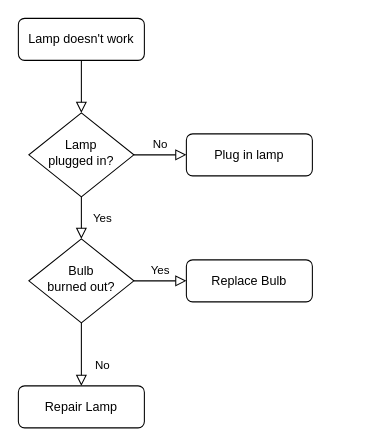
Before: Unavngivet diagram.drawio in Magnus-H24HX3/Rutediagram, a draw.io diagram. Source tidied: cells renumbered, new cells numbered last; positions are measured from the earlier drawing's top-left corner, leaving out a move shared by most shapes. Both pictures are drawn from the tidied source at 105%, with x=0, y=0 at pixel (18, 18).
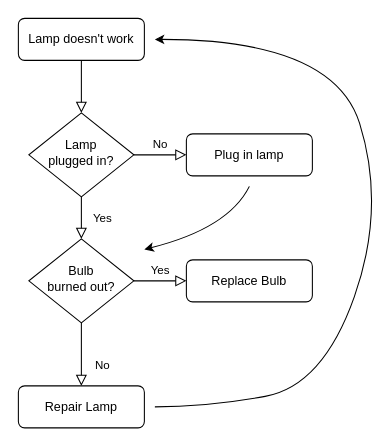
The same page after the edit.

Change to the diagram source:
```diff
@@
 <mxGraphModel>
   <root>
     <mxCell id="0" />
     <mxCell id="1" parent="0" />
     <mxCell id="2" style="rounded=0;html=1;jettySize=auto;fontSize=11;endArrow=block;endFill=0;endSize=8;strokeWidth=1;shadow=0;labelBackgroundColor=none;edgeStyle=orthogonalEdgeStyle;" parent="1" edge="1" source="3" target="6">
       <mxGeometry relative="1" as="geometry" />
     </mxCell>
     <mxCell id="3" value="Lamp doesn't work" style="rounded=1;whiteSpace=wrap;html=1;fontSize=12;glass=0;strokeWidth=1;shadow=0;" parent="1" vertex="1">
       <mxGeometry width="120" height="40" as="geometry" />
     </mxCell>
     <mxCell id="4" value="Yes" style="rounded=0;html=1;jettySize=auto;fontSize=11;endArrow=block;endFill=0;endSize=8;strokeWidth=1;shadow=0;labelBackgroundColor=none;edgeStyle=orthogonalEdgeStyle;" parent="1" edge="1" source="6" target="10">
       <mxGeometry y="20" relative="1" as="geometry" />
     </mxCell>
     <mxCell id="5" value="No" style="edgeStyle=orthogonalEdgeStyle;rounded=0;html=1;jettySize=auto;fontSize=11;endArrow=block;endFill=0;endSize=8;strokeWidth=1;shadow=0;labelBackgroundColor=none;" parent="1" edge="1" source="6" target="7">
       <mxGeometry y="10" relative="1" as="geometry" />
     </mxCell>
     <mxCell id="6" value="Lamp&lt;br&gt;plugged in?" style="rhombus;whiteSpace=wrap;html=1;shadow=0;fontFamily=Helvetica;fontSize=12;align=center;strokeWidth=1;spacing=6;spacingTop=-4;" parent="1" vertex="1">
       <mxGeometry x="10" y="90" width="100" height="80" as="geometry" />
     </mxCell>
     <mxCell id="7" value="Plug in lamp" style="rounded=1;whiteSpace=wrap;html=1;fontSize=12;glass=0;strokeWidth=1;shadow=0;" parent="1" vertex="1">
       <mxGeometry x="160" y="110" width="120" height="40" as="geometry" />
     </mxCell>
     <mxCell id="8" value="No" style="rounded=0;html=1;jettySize=auto;fontSize=11;endArrow=block;endFill=0;endSize=8;strokeWidth=1;shadow=0;labelBackgroundColor=none;edgeStyle=orthogonalEdgeStyle;" parent="1" edge="1" source="10" target="11">
       <mxGeometry x="0.33" y="20" relative="1" as="geometry" />
     </mxCell>
     <mxCell id="9" value="Yes" style="edgeStyle=orthogonalEdgeStyle;rounded=0;html=1;jettySize=auto;fontSize=11;endArrow=block;endFill=0;endSize=8;strokeWidth=1;shadow=0;labelBackgroundColor=none;" parent="1" edge="1" source="10" target="12">
       <mxGeometry y="10" relative="1" as="geometry" />
     </mxCell>
     <mxCell id="10" value="Bulb&lt;br&gt;burned out?" style="rhombus;whiteSpace=wrap;html=1;shadow=0;fontFamily=Helvetica;fontSize=12;align=center;strokeWidth=1;spacing=6;spacingTop=-4;" parent="1" vertex="1">
       <mxGeometry x="10" y="210" width="100" height="80" as="geometry" />
     </mxCell>
     <mxCell id="11" value="Repair Lamp" style="rounded=1;whiteSpace=wrap;html=1;fontSize=12;glass=0;strokeWidth=1;shadow=0;" parent="1" vertex="1">
       <mxGeometry y="350" width="120" height="40" as="geometry" />
     </mxCell>
     <mxCell id="12" value="Replace Bulb" style="rounded=1;whiteSpace=wrap;html=1;fontSize=12;glass=0;strokeWidth=1;shadow=0;" parent="1" vertex="1">
       <mxGeometry x="160" y="230" width="120" height="40" as="geometry" />
     </mxCell>
+    <mxCell id="13" style="curved=1;endArrow=classic;html=1;rounded=0;" parent="1" edge="1">
+      <mxGeometry relative="1" as="geometry">
+        <mxPoint x="130" y="370" as="sourcePoint" />
+        <mxPoint x="130" y="20" as="targetPoint" />
+        <Array as="points">
+          <mxPoint x="180" y="370" />
+          <mxPoint x="290" y="350" />
+          <mxPoint x="350" y="180" />
+          <mxPoint x="300" y="20" />
+        </Array>
+      </mxGeometry>
+    </mxCell>
+    <mxCell id="14" style="curved=1;endArrow=classic;html=1;rounded=0;" parent="1" edge="1">
+      <mxGeometry relative="1" as="geometry">
+        <mxPoint x="220" y="160" as="sourcePoint" />
+        <mxPoint x="120" y="220" as="targetPoint" />
+        <Array as="points">
+          <mxPoint x="200" y="200" />
+        </Array>
+      </mxGeometry>
+    </mxCell>
   </root>
 </mxGraphModel>
```
